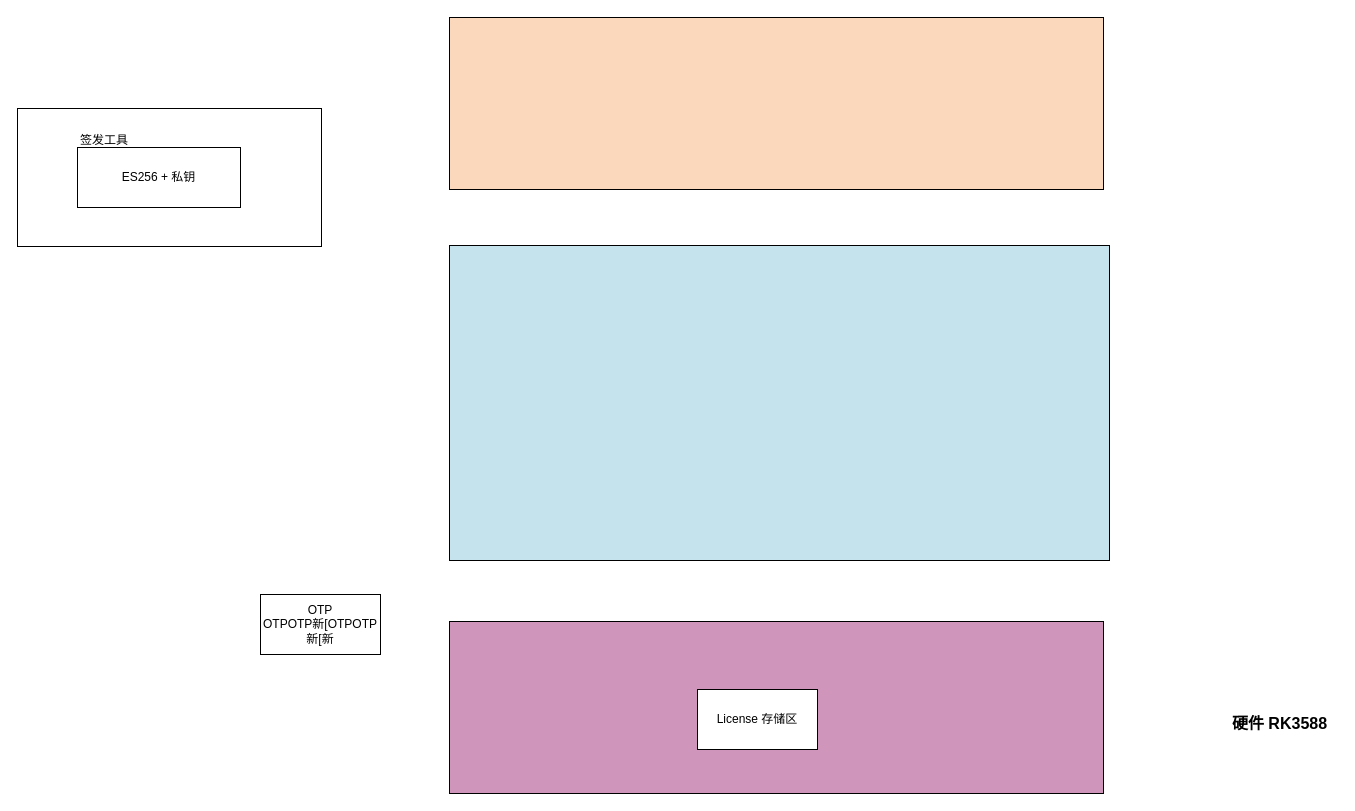
Above: 离线授权License.drawio in pbf3163267861/drawio (draw.io), before the change. Source tidied: cells renumbered, new cells numbered last; positions are measured from the earlier drawing's top-left corner, leaving out a move shared by most shapes. Both pictures are drawn from the tidied source at 100%, with x=0, y=0 at pixel (17, 17).
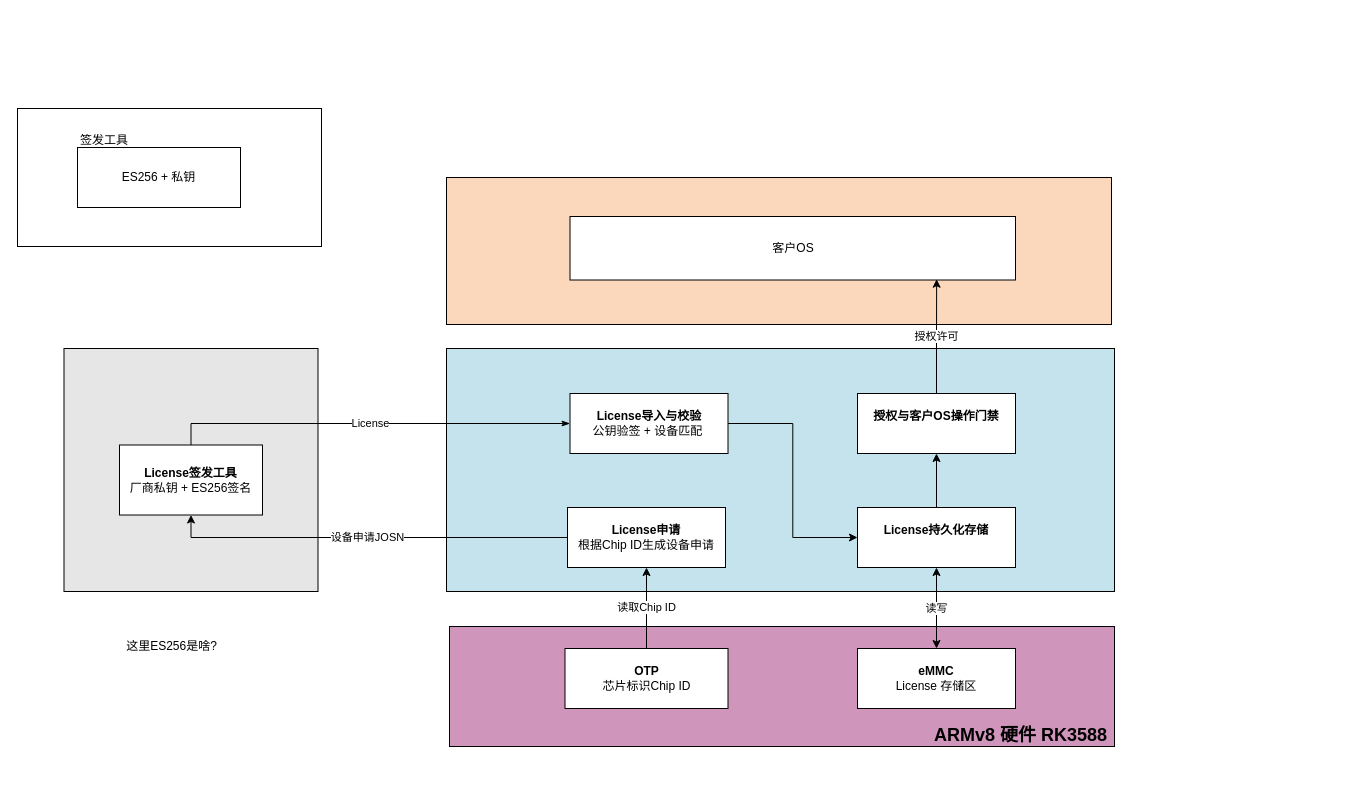
After the change.

Commit message:
更新离线授权License.drawio

Diff of the diagram source:
```diff
@@
+    <mxCell id="11" style="rounded=0;whiteSpace=wrap;html=1;fillColor=#E6E6E6;" parent="1" vertex="1">
+      <mxGeometry x="46.5" y="331" width="254" height="243" as="geometry" />
+    </mxCell>
@@
     <mxCell id="5" style="rounded=0;whiteSpace=wrap;html=1;fillColor=light-dark(#c5e3ed, #ededed);" parent="1" vertex="1">
-      <mxGeometry x="432" y="228" width="660" height="315" as="geometry" />
+      <mxGeometry x="429" y="331" width="668" height="243" as="geometry" />
     </mxCell>
     <mxCell id="6" style="rounded=0;whiteSpace=wrap;html=1;fillColor=light-dark(#fbd7bb, #ededed);" parent="1" vertex="1">
-      <mxGeometry x="432" width="654" height="172" as="geometry" />
+      <mxGeometry x="429" y="160" width="665" height="147" as="geometry" />
     </mxCell>
     <mxCell id="7" style="rounded=0;whiteSpace=wrap;html=1;fillColor=light-dark(#D095BB,#EDEDED);" parent="1" vertex="1">
-      <mxGeometry x="432" y="604" width="654" height="172" as="geometry" />
+      <mxGeometry x="432" y="609" width="665" height="120" as="geometry" />
     </mxCell>
-    <mxCell id="8" value="硬件 RK3588" style="text;html=1;whiteSpace=wrap;strokeColor=none;fillColor=none;align=center;verticalAlign=middle;rounded=0;fontStyle=1;fontSize=16;" parent="1" vertex="1">
-      <mxGeometry x="1205" y="691" width="115" height="30" as="geometry" />
-    </mxCell>
-    <mxCell id="9" value="License 存储区" style="rounded=0;whiteSpace=wrap;html=1;" parent="1" vertex="1">
-      <mxGeometry x="680" y="672" width="120" height="60" as="geometry" />
-    </mxCell>
+    <mxCell id="12" value="读取Chip ID" style="edgeStyle=orthogonalEdgeStyle;rounded=0;jettySize=auto;html=1;exitX=0.5;exitY=0;exitDx=0;exitDy=0;entryX=0.5;entryY=1;entryDx=0;entryDy=0;" parent="1" edge="1" source="10" target="15">
+      <mxGeometry relative="1" as="geometry" />
+    </mxCell>
-    <mxCell id="10" value="OTP&lt;div&gt;OTPOTP新[OTPOTP新[新&lt;/div&gt;" style="rounded=0;whiteSpace=wrap;html=1;" parent="1" vertex="1">
-      <mxGeometry x="243" y="577" width="120" height="60" as="geometry" />
+    <mxCell id="10" value="&lt;b&gt;OTP&lt;/b&gt;&lt;div&gt;芯片标识Chip ID&lt;/div&gt;" style="rounded=0;whiteSpace=wrap;html=1;" parent="1" vertex="1">
+      <mxGeometry x="547.5" y="631" width="163" height="60" as="geometry" />
     </mxCell>
+    <mxCell id="13" value="&lt;div&gt;&lt;b&gt;eMMC&lt;/b&gt;&lt;/div&gt;License 存储区" style="rounded=0;whiteSpace=wrap;html=1;" parent="1" vertex="1">
+      <mxGeometry x="840" y="631" width="158" height="60" as="geometry" />
+    </mxCell>
+    <mxCell id="14" value="设备申请JOSN" style="edgeStyle=orthogonalEdgeStyle;rounded=0;jettySize=auto;html=1;exitX=0;exitY=0.5;exitDx=0;exitDy=0;entryX=0.5;entryY=1;entryDx=0;entryDy=0;" parent="1" edge="1" source="15" target="23">
+      <mxGeometry relative="1" as="geometry" />
+    </mxCell>
+    <mxCell id="15" value="&lt;b&gt;License申请&lt;br&gt;&lt;/b&gt;根据Chip ID生成设备申请" style="rounded=0;whiteSpace=wrap;html=1;" parent="1" vertex="1">
+      <mxGeometry x="550" y="490" width="158" height="60" as="geometry" />
+    </mxCell>
+    <mxCell id="16" value="License" style="edgeStyle=orthogonalEdgeStyle;rounded=0;jettySize=auto;html=1;exitX=0;exitY=0.5;exitDx=0;exitDy=0;entryX=0.5;entryY=0;entryDx=0;entryDy=0;startArrow=classicThin;startFill=1;endArrow=none;endFill=0;" parent="1" edge="1" source="18" target="23">
+      <mxGeometry relative="1" as="geometry" />
+    </mxCell>
+    <mxCell id="17" style="edgeStyle=orthogonalEdgeStyle;rounded=0;jettySize=auto;html=1;exitX=1;exitY=0.5;exitDx=0;exitDy=0;entryX=0;entryY=0.5;entryDx=0;entryDy=0;" parent="1" edge="1" source="18" target="21">
+      <mxGeometry relative="1" as="geometry" />
+    </mxCell>
+    <mxCell id="18" value="&lt;b&gt;License导入与校验&lt;/b&gt;&lt;br&gt;公钥验签 + 设备匹配&amp;nbsp;" style="rounded=0;whiteSpace=wrap;html=1;" parent="1" vertex="1">
+      <mxGeometry x="552.5" y="376" width="158" height="60" as="geometry" />
+    </mxCell>
+    <mxCell id="19" style="edgeStyle=orthogonalEdgeStyle;rounded=0;jettySize=auto;html=1;exitX=0.5;exitY=0;exitDx=0;exitDy=0;entryX=0.5;entryY=1;entryDx=0;entryDy=0;" parent="1" edge="1" source="21" target="22">
+      <mxGeometry relative="1" as="geometry" />
+    </mxCell>
+    <mxCell id="20" value="读写" style="edgeStyle=orthogonalEdgeStyle;rounded=0;jettySize=auto;html=1;exitX=0.5;exitY=1;exitDx=0;exitDy=0;entryX=0.5;entryY=0;entryDx=0;entryDy=0;startArrow=classic;startFill=1;" parent="1" edge="1" source="21" target="13">
+      <mxGeometry relative="1" as="geometry" />
+    </mxCell>
+    <mxCell id="21" value="&lt;b&gt;License持久化存储&lt;/b&gt;&lt;div&gt;&lt;br&gt;&lt;/div&gt;" style="rounded=0;whiteSpace=wrap;html=1;" parent="1" vertex="1">
+      <mxGeometry x="840" y="490" width="158" height="60" as="geometry" />
+    </mxCell>
+    <mxCell id="22" value="&lt;b&gt;授权与客户OS操作门禁&lt;/b&gt;&lt;br&gt;&lt;div&gt;&lt;br&gt;&lt;/div&gt;" style="rounded=0;whiteSpace=wrap;html=1;" parent="1" vertex="1">
+      <mxGeometry x="840" y="376" width="158" height="60" as="geometry" />
+    </mxCell>
+    <mxCell id="23" value="&lt;b&gt;License签发工具&lt;/b&gt;&lt;div&gt;厂商私钥 + ES256签名&lt;/div&gt;" style="rounded=0;whiteSpace=wrap;html=1;" parent="1" vertex="1">
+      <mxGeometry x="102" y="427.5" width="143" height="70" as="geometry" />
+    </mxCell>
+    <mxCell id="24" value="这里ES256是啥?" style="text;html=1;whiteSpace=wrap;strokeColor=none;fillColor=none;align=center;verticalAlign=middle;rounded=0;" parent="1" vertex="1">
+      <mxGeometry x="69" y="614" width="171" height="30" as="geometry" />
+    </mxCell>
+    <mxCell id="25" value="客户OS" style="rounded=0;whiteSpace=wrap;html=1;" parent="1" vertex="1">
+      <mxGeometry x="552.5" y="199" width="445.5" height="63.5" as="geometry" />
+    </mxCell>
+    <mxCell id="26" value="授权许可" style="edgeStyle=orthogonalEdgeStyle;rounded=0;jettySize=auto;html=1;exitX=0.5;exitY=0;exitDx=0;exitDy=0;entryX=0.823;entryY=0.988;entryDx=0;entryDy=0;entryPerimeter=0;" parent="1" edge="1" source="22" target="25">
+      <mxGeometry relative="1" as="geometry" />
+    </mxCell>
+    <mxCell id="27" value="&lt;h1 style=&quot;margin-top: 0px;&quot;&gt;ARMv8 硬件 RK3588&lt;/h1&gt;" style="text;html=1;whiteSpace=wrap;overflow=hidden;rounded=0;fontSize=9;" parent="1" vertex="1">
+      <mxGeometry x="915" y="701" width="209" height="38" as="geometry" />
+    </mxCell>
```
